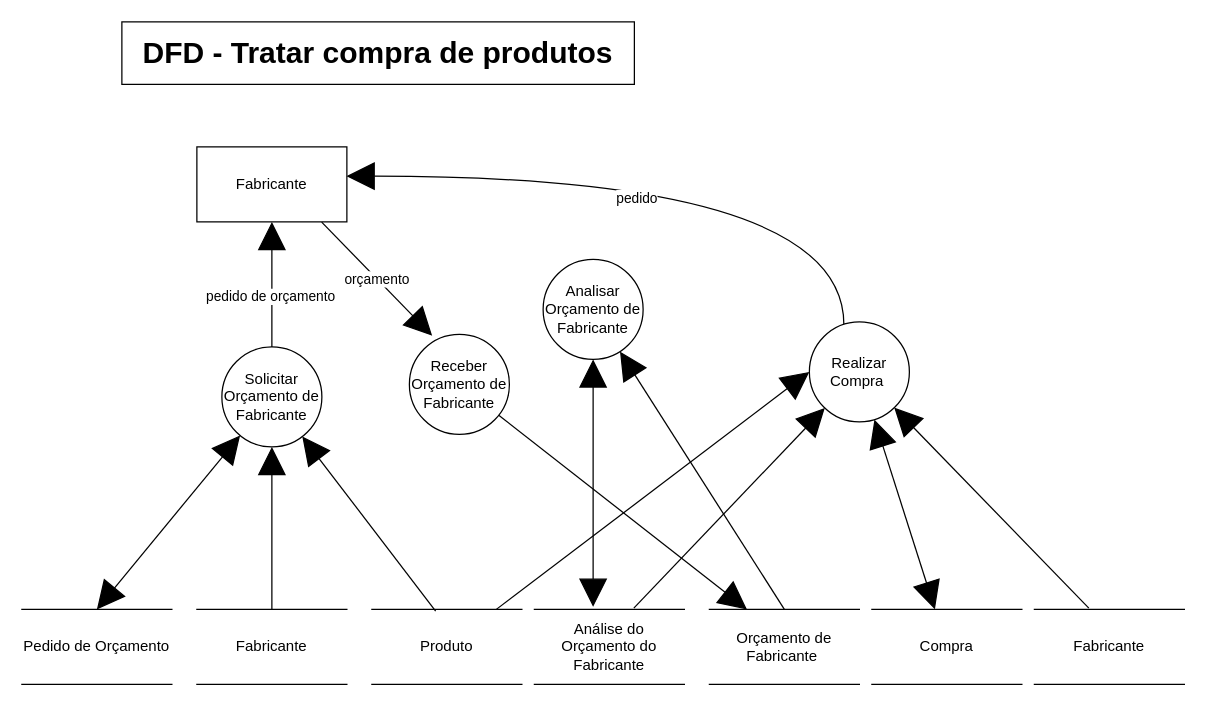
Systematicos/FindingApp keeps this draw.io diagram as Documentation/Arquivos Editaveis/DFD Tratar compra de produtos.drawio. Above is the earlier version. Source tidied: cells renumbered, new cells numbered last; positions are measured from the earlier drawing's top-left corner, leaving out a move shared by most shapes. Both pictures are drawn from the tidied source at 125%, with x=0, y=0 at pixel (21, 21).
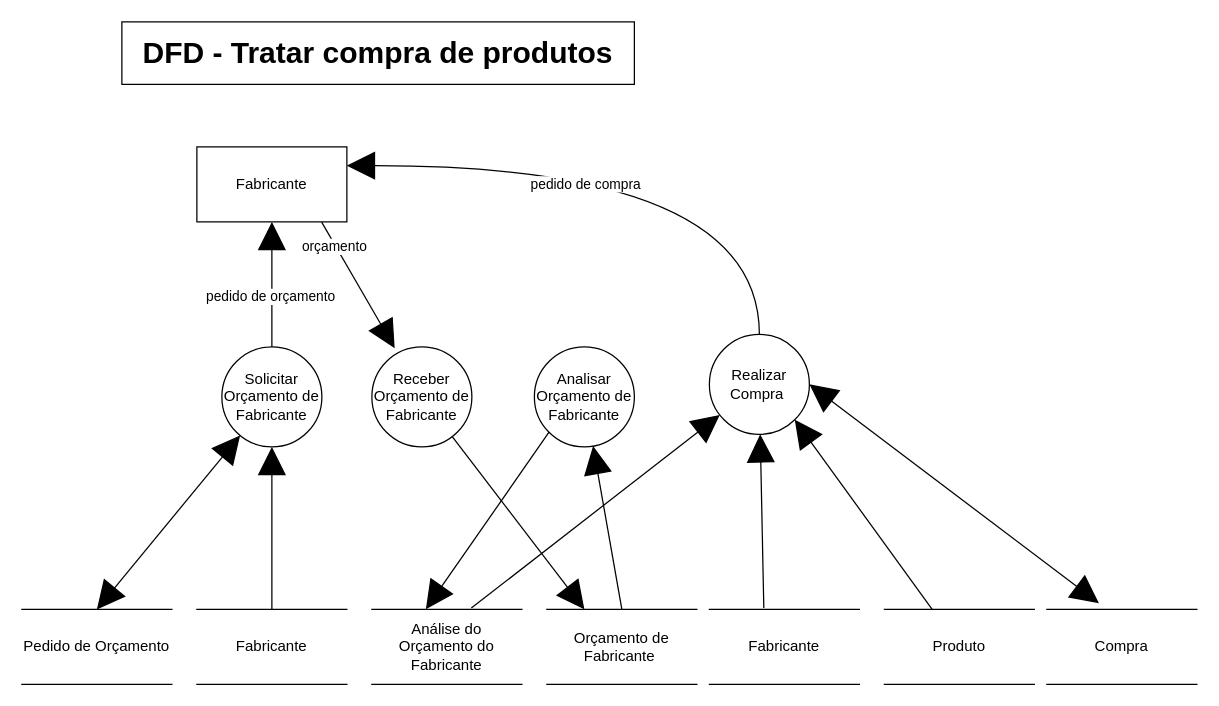
After the change.

Unchanged cells that the change refers to:
```xml
<mxCell id="4" value="Fabricante" style="rounded=0;whiteSpace=wrap;html=1;" parent="1" vertex="1">
  <mxGeometry x="140" y="100" width="120" height="60" as="geometry" />
</mxCell>
<mxCell id="10" value="Solicitar Orçamento de Fabricante" style="ellipse;whiteSpace=wrap;html=1;fillColor=#FFFFFF;" parent="1" vertex="1">
  <mxGeometry x="160" y="260" width="80" height="80" as="geometry" />
</mxCell>
```

The edit, as a diff of the source:
```diff
@@
-    <mxCell id="8" style="edgeStyle=none;rounded=0;jettySize=auto;html=1;entryX=0.425;entryY=0.023;entryDx=0;entryDy=0;entryPerimeter=0;startArrow=block;startFill=1;startSize=20;endArrow=none;endFill=0;endSize=20;" parent="1" edge="1" source="10" target="15">
-      <mxGeometry relative="1" as="geometry" />
-    </mxCell>
@@
     <mxCell id="11" value="orçamento" style="rounded=0;jettySize=auto;html=1;entryX=0.832;entryY=1.003;entryDx=0;entryDy=0;entryPerimeter=0;startArrow=block;startFill=1;startSize=20;endArrow=none;endFill=0;endSize=20;exitX=0.228;exitY=0.013;exitDx=0;exitDy=0;exitPerimeter=0;" parent="1" edge="1" source="13" target="4">
-      <mxGeometry relative="1" as="geometry" />
+      <mxGeometry x="0.62" y="1" relative="1" as="geometry" />
     </mxCell>
@@
     <mxCell id="13" value="Receber Orçamento de Fabricante" style="ellipse;whiteSpace=wrap;html=1;fillColor=#FFFFFF;" parent="1" vertex="1">
-      <mxGeometry x="310" y="250" width="80" height="80" as="geometry" />
+      <mxGeometry x="280" y="260" width="80" height="80" as="geometry" />
     </mxCell>
-    <mxCell id="14" style="edgeStyle=none;rounded=0;jettySize=auto;html=1;startArrow=none;startFill=0;startSize=20;endArrow=block;endFill=1;endSize=20;entryX=0;entryY=0.5;entryDx=0;entryDy=0;" parent="1" edge="1" source="15" target="25">
+    <mxCell id="14" style="edgeStyle=none;rounded=0;jettySize=auto;html=1;startArrow=none;startFill=0;startSize=20;endArrow=block;endFill=1;endSize=20;entryX=1;entryY=1;entryDx=0;entryDy=0;" parent="1" edge="1" source="15" target="25">
       <mxGeometry relative="1" as="geometry" />
     </mxCell>
     <mxCell id="15" value="Produto" style="shape=partialRectangle;whiteSpace=wrap;html=1;left=0;right=0;fillColor=none;" parent="1" vertex="1">
-      <mxGeometry x="280" y="470" width="120" height="60" as="geometry" />
+      <mxGeometry x="690" y="470" width="120" height="60" as="geometry" />
     </mxCell>
-    <mxCell id="16" style="edgeStyle=none;rounded=0;jettySize=auto;html=1;entryX=0.5;entryY=1;entryDx=0;entryDy=0;startArrow=block;startFill=1;startSize=20;endArrow=block;endFill=1;endSize=20;" parent="1" edge="1" target="19">
-      <mxGeometry relative="1" as="geometry">
-        <mxPoint x="457" y="468" as="sourcePoint" />
-      </mxGeometry>
+    <mxCell id="16" style="edgeStyle=none;rounded=0;jettySize=auto;html=1;entryX=0;entryY=1;entryDx=0;entryDy=0;startArrow=block;startFill=1;startSize=20;endArrow=none;endFill=0;endSize=20;exitX=0.36;exitY=-0.003;exitDx=0;exitDy=0;exitPerimeter=0;" parent="1" edge="1" source="28" target="19">
+      <mxGeometry relative="1" as="geometry" />
     </mxCell>
     <mxCell id="17" value="Orçamento de Fabricante&amp;nbsp;" style="shape=partialRectangle;whiteSpace=wrap;html=1;left=0;right=0;fillColor=none;" parent="1" vertex="1">
-      <mxGeometry x="550" y="470" width="120" height="60" as="geometry" />
+      <mxGeometry x="420" y="470" width="120" height="60" as="geometry" />
     </mxCell>
@@
     <mxCell id="19" value="Analisar Orçamento de Fabricante" style="ellipse;whiteSpace=wrap;html=1;fillColor=#FFFFFF;" parent="1" vertex="1">
-      <mxGeometry x="417" y="190" width="80" height="80" as="geometry" />
+      <mxGeometry x="410" y="260" width="80" height="80" as="geometry" />
     </mxCell>
-    <mxCell id="20" style="edgeStyle=orthogonalEdgeStyle;curved=1;rounded=0;jettySize=auto;html=1;entryX=0.998;entryY=0.39;entryDx=0;entryDy=0;entryPerimeter=0;startArrow=none;startFill=0;startSize=20;endArrow=block;endFill=1;endSize=20;exitX=0.345;exitY=0.028;exitDx=0;exitDy=0;exitPerimeter=0;" parent="1" edge="1" source="25" target="4">
-      <mxGeometry relative="1" as="geometry">
-        <Array as="points">
-          <mxPoint x="658" y="123" />
-        </Array>
-      </mxGeometry>
-    </mxCell>
-    <mxCell id="21" value="pedido" style="edgeLabel;html=1;align=center;verticalAlign=middle;" parent="20" vertex="1">
-      <mxGeometry x="0.15" y="17" relative="1" as="geometry">
-        <mxPoint x="11.6" as="offset" />
-      </mxGeometry>
-    </mxCell>
-    <mxCell id="22" style="rounded=0;jettySize=auto;html=1;startArrow=block;startFill=1;startSize=20;endArrow=block;endFill=1;endSize=20;" parent="1" edge="1" source="25" target="26">
+    <mxCell id="22" style="rounded=0;jettySize=auto;html=1;startArrow=block;startFill=1;startSize=20;endArrow=block;endFill=1;endSize=20;entryX=0.347;entryY=-0.083;entryDx=0;entryDy=0;entryPerimeter=0;exitX=1;exitY=0.5;exitDx=0;exitDy=0;" parent="1" edge="1" source="25" target="26">
       <mxGeometry relative="1" as="geometry" />
     </mxCell>
@@
+    <mxCell id="20" value="pedido de compra" style="edgeStyle=orthogonalEdgeStyle;rounded=0;jettySize=auto;html=1;entryX=1;entryY=0.25;entryDx=0;entryDy=0;endArrow=block;endFill=1;curved=1;endSize=20;" parent="1" edge="1" source="25" target="4">
+      <mxGeometry x="0.18" y="15" relative="1" as="geometry">
+        <Array as="points">
+          <mxPoint x="590" y="115" />
+        </Array>
+      </mxGeometry>
+    </mxCell>
     <mxCell id="25" value="Realizar Compra&amp;nbsp;" style="ellipse;whiteSpace=wrap;html=1;fillColor=#FFFFFF;" parent="1" vertex="1">
-      <mxGeometry x="630" y="240" width="80" height="80" as="geometry" />
+      <mxGeometry x="550" y="250" width="80" height="80" as="geometry" />
     </mxCell>
     <mxCell id="26" value="Compra" style="shape=partialRectangle;whiteSpace=wrap;html=1;left=0;right=0;fillColor=none;" parent="1" vertex="1">
-      <mxGeometry x="680" y="470" width="120" height="60" as="geometry" />
+      <mxGeometry x="820" y="470" width="120" height="60" as="geometry" />
     </mxCell>
@@
     <mxCell id="28" value="Análise do Orçamento do Fabricante" style="shape=partialRectangle;whiteSpace=wrap;html=1;left=0;right=0;fillColor=none;rotation=0;" parent="1" vertex="1">
-      <mxGeometry x="410" y="470" width="120" height="60" as="geometry" />
+      <mxGeometry x="280" y="470" width="120" height="60" as="geometry" />
     </mxCell>
     <mxCell id="29" value="Fabricante" style="shape=partialRectangle;whiteSpace=wrap;html=1;left=0;right=0;fillColor=none;" parent="1" vertex="1">
-      <mxGeometry x="810" y="470" width="120" height="60" as="geometry" />
+      <mxGeometry x="550" y="470" width="120" height="60" as="geometry" />
     </mxCell>
```
